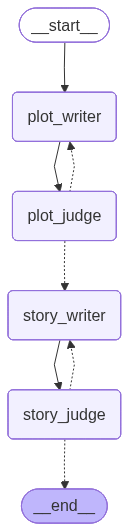
Above: docs/graph.png in GokulnathUW/bedtime-story-agent (Mermaid), before the change. Its source is kept beside it as docs/graph.mmd.
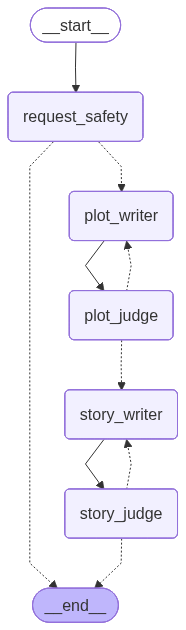
The same file after the commit.

Diff of the diagram source:
```diff
@@ -5,15 +5,18 @@
 ---
 graph TD;
 	__start__([<p>__start__</p>]):::first
+	request_safety(request_safety)
 	plot_writer(plot_writer)
 	plot_judge(plot_judge)
 	story_writer(story_writer)
 	story_judge(story_judge)
 	__end__([<p>__end__</p>]):::last
-	__start__ --> plot_writer;
+	__start__ --> request_safety;
 	plot_judge -.-> plot_writer;
 	plot_judge -.-> story_writer;
 	plot_writer --> plot_judge;
+	request_safety -.-> __end__;
+	request_safety -.-> plot_writer;
 	story_judge -.-> __end__;
 	story_judge -.-> story_writer;
 	story_writer --> story_judge;
```
